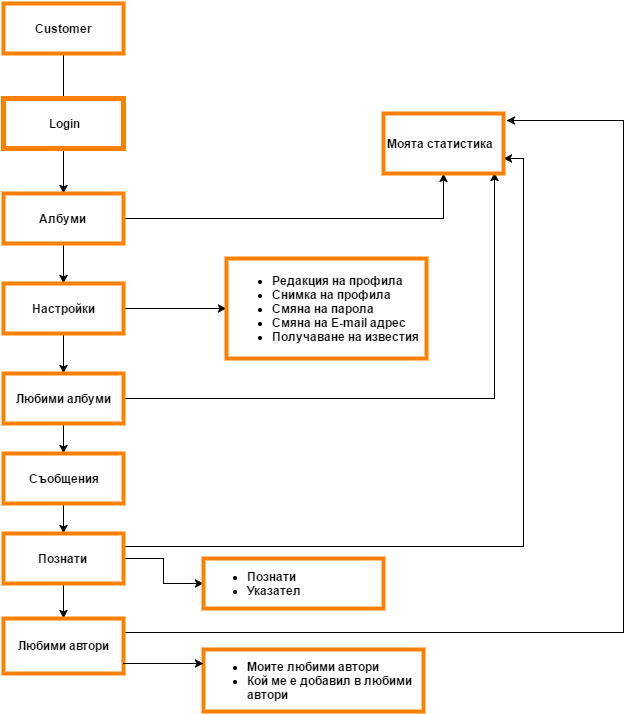
Earlier version of the draw.io export Untitled Diagram.png (TeamVermatrixGoldenhide/SRS). Source tidied: cells renumbered, new cells last; positions are measured from the earlier drawing's top-left corner, leaving out a move shared by most shapes.
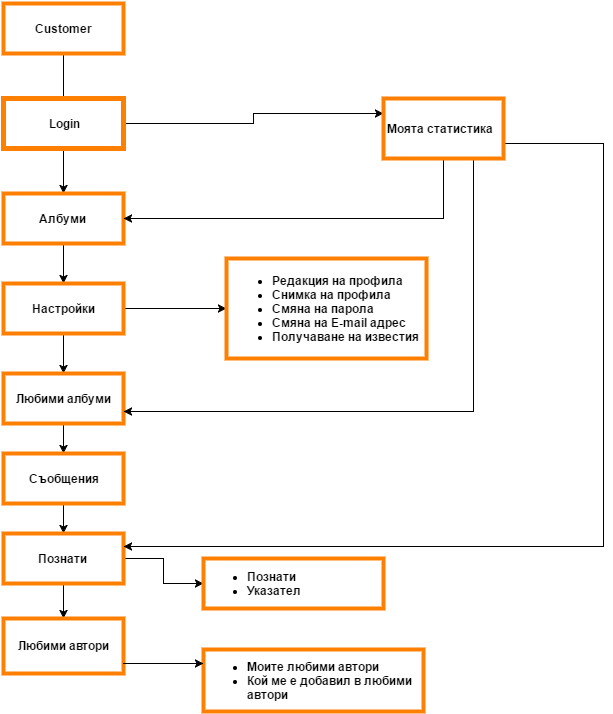
The same diagram one commit later.

Diff of the diagram source:
```diff
@@ -13,15 +13,15 @@
     <mxCell id="4" style="edgeStyle=orthogonalEdgeStyle;rounded=0;html=1;jettySize=auto;" parent="1" edge="1" source="5" target="8">
       <mxGeometry relative="1" as="geometry" />
     </mxCell>
+    <mxCell id="28" style="edgeStyle=orthogonalEdgeStyle;rounded=0;html=1;entryX=0;entryY=0.25;jettySize=auto;fontFamily=Helvetica;" parent="1" edge="1" source="5" target="27">
+      <mxGeometry relative="1" as="geometry" />
+    </mxCell>
     <mxCell id="5" value="Login" style="whiteSpace=wrap;html=1;strokeColor=#FF8000;strokeWidth=5;fontStyle=1;fontFamily=Helvetica;" parent="1" vertex="1">
       <mxGeometry y="95" width="120" height="50" as="geometry" />
     </mxCell>
     <mxCell id="6" style="edgeStyle=orthogonalEdgeStyle;rounded=0;html=1;jettySize=auto;" parent="1" edge="1" source="8" target="11">
       <mxGeometry relative="1" as="geometry" />
     </mxCell>
-    <mxCell id="7" style="edgeStyle=orthogonalEdgeStyle;rounded=0;html=1;entryX=0.5;entryY=1;jettySize=auto;fontFamily=Helvetica;" parent="1" edge="1" source="8" target="27">
-      <mxGeometry relative="1" as="geometry" />
-    </mxCell>
     <mxCell id="8" value="Албуми" style="whiteSpace=wrap;html=1;fontStyle=1;fillColor=#ffffff;strokeColor=#FF8000;strokeWidth=4;" parent="1" vertex="1">
       <mxGeometry y="190" width="120" height="50" as="geometry" />
     </mxCell>
@@ -40,9 +40,6 @@
     <mxCell id="13" style="edgeStyle=orthogonalEdgeStyle;rounded=0;html=1;jettySize=auto;" parent="1" edge="1" source="15" target="17">
       <mxGeometry relative="1" as="geometry" />
     </mxCell>
-    <mxCell id="14" style="edgeStyle=orthogonalEdgeStyle;rounded=0;html=1;entryX=0.925;entryY=0.983;entryPerimeter=0;jettySize=auto;fontFamily=Helvetica;" parent="1" edge="1" source="15" target="27">
-      <mxGeometry relative="1" as="geometry" />
-    </mxCell>
     <mxCell id="15" value="Любими албуми" style="whiteSpace=wrap;html=1;fontStyle=1;strokeWidth=4;strokeColor=#FF8000;" parent="1" vertex="1">
       <mxGeometry y="370" width="120" height="50" as="geometry" />
     </mxCell>
@@ -58,28 +55,12 @@
     <mxCell id="19" style="edgeStyle=orthogonalEdgeStyle;rounded=0;html=1;jettySize=auto;" parent="1" edge="1" source="21" target="22">
       <mxGeometry relative="1" as="geometry" />
     </mxCell>
-    <mxCell id="20" style="edgeStyle=orthogonalEdgeStyle;rounded=0;html=1;exitX=1;exitY=0.25;jettySize=auto;fontFamily=Helvetica;entryX=1;entryY=0.75;" parent="1" edge="1" source="21" target="27">
-      <mxGeometry relative="1" as="geometry">
-        <Array as="points">
-          <mxPoint x="520" y="543" />
-          <mxPoint x="520" y="155" />
-        </Array>
-      </mxGeometry>
-    </mxCell>
     <mxCell id="21" value="Познати" style="whiteSpace=wrap;html=1;fontStyle=1;strokeWidth=4;strokeColor=#FF8000;" parent="1" vertex="1">
       <mxGeometry y="530" width="120" height="50" as="geometry" />
     </mxCell>
     <mxCell id="22" value="&lt;ul&gt;&lt;li style=&quot;text-align: left&quot;&gt;&lt;span style=&quot;line-height: 1.2&quot;&gt;Познати&lt;/span&gt;&lt;br&gt;&lt;/li&gt;&lt;li style=&quot;text-align: left&quot;&gt;&lt;span style=&quot;line-height: 1.2&quot;&gt;Указател&lt;/span&gt;&lt;/li&gt;&lt;/ul&gt;" style="whiteSpace=wrap;html=1;fontStyle=1;strokeWidth=4;strokeColor=#FF8000;align=left;" parent="1" vertex="1">
       <mxGeometry x="200" y="555" width="180" height="50" as="geometry" />
     </mxCell>
-    <mxCell id="23" style="edgeStyle=orthogonalEdgeStyle;rounded=0;html=1;exitX=1;exitY=0.25;jettySize=auto;fontFamily=Helvetica;entryX=1.025;entryY=0.117;entryPerimeter=0;" parent="1" edge="1" source="24" target="27">
-      <mxGeometry relative="1" as="geometry">
-        <Array as="points">
-          <mxPoint x="620" y="629" />
-          <mxPoint x="620" y="117" />
-        </Array>
-      </mxGeometry>
-    </mxCell>
     <mxCell id="24" value="Любими автори" style="whiteSpace=wrap;html=1;fontStyle=1;strokeWidth=4;strokeColor=#FF8000;" parent="1" vertex="1">
       <mxGeometry y="615" width="120" height="55" as="geometry" />
     </mxCell>
@@ -96,8 +77,30 @@
         </Array>
       </mxGeometry>
     </mxCell>
+    <mxCell id="29" style="edgeStyle=orthogonalEdgeStyle;rounded=0;html=1;jettySize=auto;fontFamily=Helvetica;entryX=1;entryY=0.25;" parent="1" edge="1" source="27" target="21">
+      <mxGeometry relative="1" as="geometry">
+        <Array as="points">
+          <mxPoint x="600" y="140" />
+          <mxPoint x="600" y="543" />
+        </Array>
+      </mxGeometry>
+    </mxCell>
+    <mxCell id="30" style="edgeStyle=orthogonalEdgeStyle;rounded=0;html=1;entryX=1;entryY=0.75;jettySize=auto;fontFamily=Helvetica;" parent="1" edge="1" source="27" target="15">
+      <mxGeometry relative="1" as="geometry">
+        <Array as="points">
+          <mxPoint x="470" y="408" />
+        </Array>
+      </mxGeometry>
+    </mxCell>
+    <mxCell id="31" style="edgeStyle=orthogonalEdgeStyle;rounded=0;html=1;entryX=1;entryY=0.5;jettySize=auto;fontFamily=Helvetica;" parent="1" edge="1" source="27" target="8">
+      <mxGeometry relative="1" as="geometry">
+        <Array as="points">
+          <mxPoint x="440" y="215" />
+        </Array>
+      </mxGeometry>
+    </mxCell>
     <mxCell id="27" value="Моята статистика" style="whiteSpace=wrap;html=1;strokeColor=#FF8000;strokeWidth=4;fontFamily=Helvetica;align=left;fontStyle=1;" parent="1" vertex="1">
-      <mxGeometry x="380" y="110" width="120" height="60" as="geometry" />
+      <mxGeometry x="380" y="95" width="120" height="60" as="geometry" />
     </mxCell>
   </root>
 </mxGraphModel>
```
